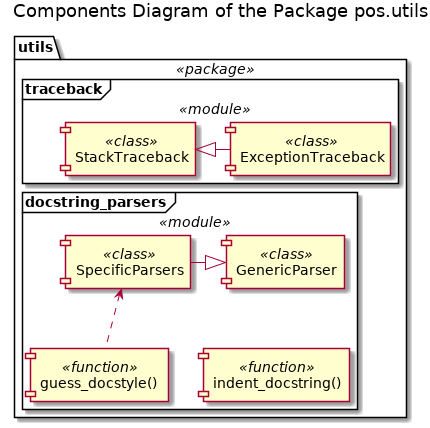
Earlier version of the PlantUML export Docs/UML/utils/utils Components.png (FooBarShebang/pos).
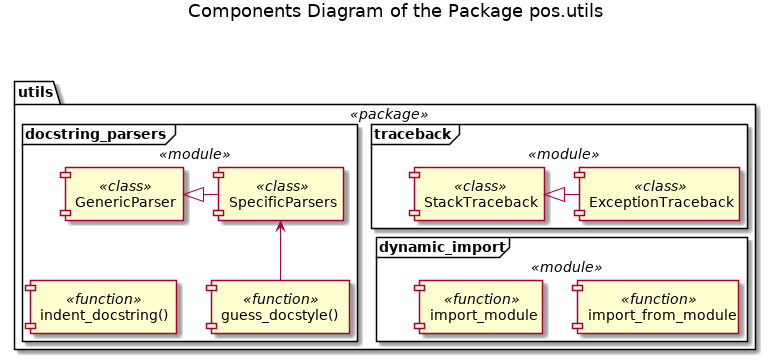
Above is the later version.

What changed in the source:
```diff
@@ -29,23 +29,35 @@
         StackTraceback <|- ExceptionTraceback
     }
 
+    frame "dynamic_import" <<module>> {
+        component "import_module" <<function>>
+
+        component "import_from_module" <<function>>
+
+        import_module -[hidden] import_from_module
+    }
+
     frame "docstring_parsers" <<module>> {
         component "GenericParser" <<class>>
 
         component "SpecificParsers" <<class>>
 
-        SpecificParsers -|> GenericParser
+        GenericParser <|- SpecificParsers
 
         component "guess_docstyle()" as gds <<function>>
 
-        SpecificParsers <.. gds
+        SpecificParsers <-- gds
 
         component "indent_docstring()" as ids <<function>>
 
-        gds -[hidden] ids
+        ids -[hidden] gds
+
+        GenericParser -[hidden]- ids
     }
 
-    traceback -[hidden]- docstring_parsers
+    traceback -[hidden]- dynamic_import
+
+    docstring_parsers -[hidden] traceback
 }
 
 @enduml
```
